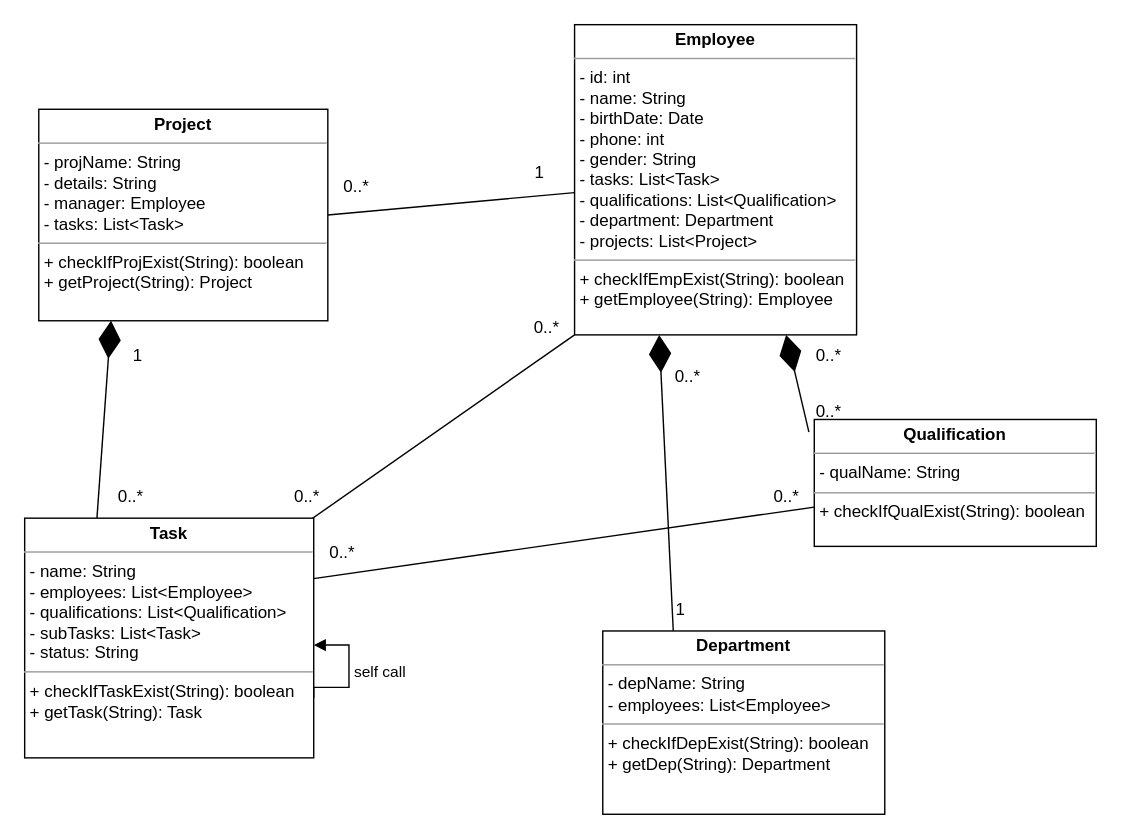
Ayah1510/EmployeeProject keeps this draw.io diagram as EmployeesProject.drawio. Above is the earlier version. Source tidied: cells renumbered, new cells numbered last; positions are measured from the earlier drawing's top-left corner, leaving out a move shared by most shapes. Both pictures are drawn from the tidied source at 141%, with x=0, y=0 at pixel (24, 24).
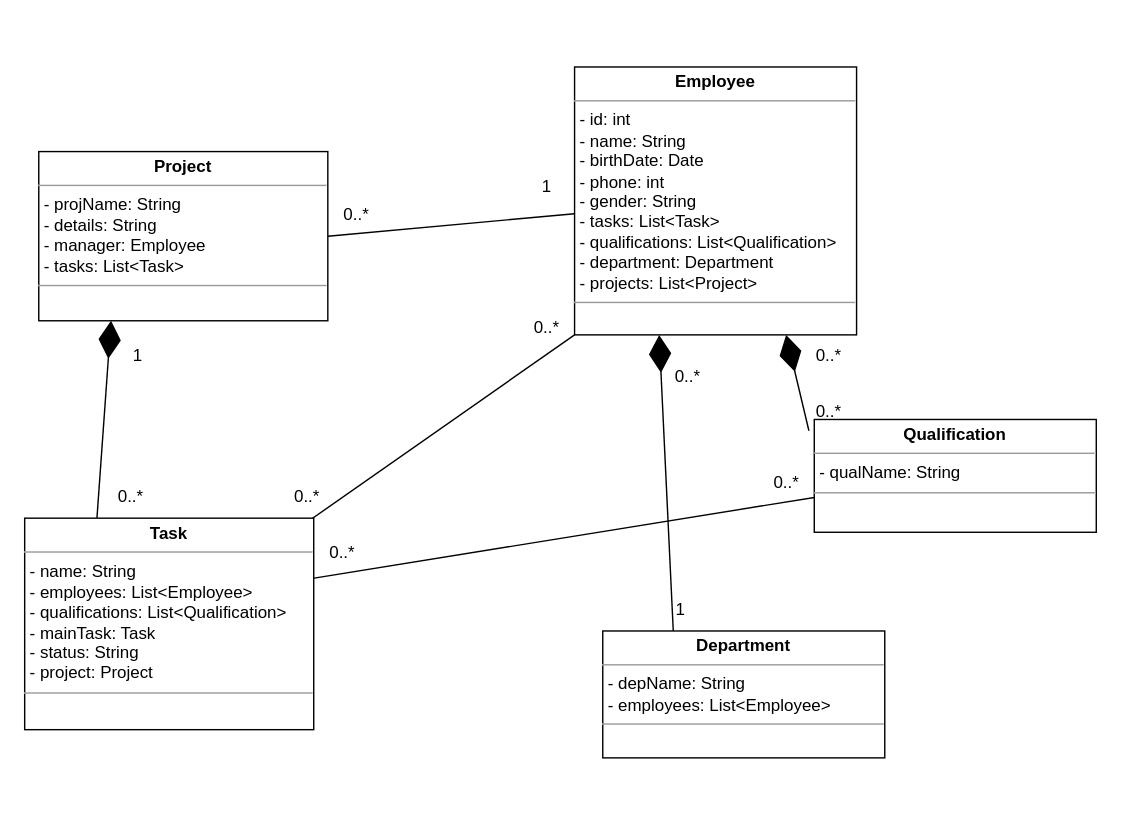
The same page after the edit.

What changed in the source:
```diff
@@
-    <mxCell id="7" value="&lt;p style=&quot;margin:0px;margin-top:4px;text-align:center;&quot;&gt;&lt;b&gt;Employee&lt;/b&gt;&lt;/p&gt;&lt;hr size=&quot;1&quot;&gt;&lt;p style=&quot;margin:0px;margin-left:4px;&quot;&gt;- id: int&lt;/p&gt;&lt;p style=&quot;margin:0px;margin-left:4px;&quot;&gt;- name: String&lt;/p&gt;&lt;p style=&quot;margin:0px;margin-left:4px;&quot;&gt;- birthDate: Date&lt;/p&gt;&lt;p style=&quot;margin:0px;margin-left:4px;&quot;&gt;- phone: int&lt;/p&gt;&lt;p style=&quot;margin:0px;margin-left:4px;&quot;&gt;- gender: String&lt;/p&gt;&lt;p style=&quot;margin:0px;margin-left:4px;&quot;&gt;- tasks: List&amp;lt;Task&amp;gt;&lt;/p&gt;&lt;p style=&quot;margin:0px;margin-left:4px;&quot;&gt;- qualifications: List&amp;lt;Qualification&amp;gt;&lt;/p&gt;&lt;p style=&quot;margin:0px;margin-left:4px;&quot;&gt;- department: Department&lt;/p&gt;&lt;p style=&quot;margin:0px;margin-left:4px;&quot;&gt;- projects: List&amp;lt;Project&amp;gt;&lt;/p&gt;&lt;hr size=&quot;1&quot;&gt;&lt;p style=&quot;margin:0px;margin-left:4px;&quot;&gt;+ checkIfEmpExist(String): boolean&lt;/p&gt;&lt;p style=&quot;margin:0px;margin-left:4px;&quot;&gt;+ getEmployee(String): Employee&lt;/p&gt;" style="verticalAlign=top;align=left;overflow=fill;fontSize=12;fontFamily=Helvetica;html=1;" parent="1" vertex="1">
-      <mxGeometry x="390" width="200" height="220" as="geometry" />
+    <mxCell id="7" value="&lt;p style=&quot;margin:0px;margin-top:4px;text-align:center;&quot;&gt;&lt;b&gt;Employee&lt;/b&gt;&lt;/p&gt;&lt;hr size=&quot;1&quot;&gt;&lt;p style=&quot;margin:0px;margin-left:4px;&quot;&gt;- id: int&lt;/p&gt;&lt;p style=&quot;margin:0px;margin-left:4px;&quot;&gt;- name: String&lt;/p&gt;&lt;p style=&quot;margin:0px;margin-left:4px;&quot;&gt;- birthDate: Date&lt;/p&gt;&lt;p style=&quot;margin:0px;margin-left:4px;&quot;&gt;- phone: int&lt;/p&gt;&lt;p style=&quot;margin:0px;margin-left:4px;&quot;&gt;- gender: String&lt;/p&gt;&lt;p style=&quot;margin:0px;margin-left:4px;&quot;&gt;- tasks: List&amp;lt;Task&amp;gt;&lt;/p&gt;&lt;p style=&quot;margin:0px;margin-left:4px;&quot;&gt;- qualifications: List&amp;lt;Qualification&amp;gt;&lt;/p&gt;&lt;p style=&quot;margin:0px;margin-left:4px;&quot;&gt;- department: Department&lt;/p&gt;&lt;p style=&quot;margin:0px;margin-left:4px;&quot;&gt;- projects: List&amp;lt;Project&amp;gt;&lt;/p&gt;&lt;hr size=&quot;1&quot;&gt;&lt;p style=&quot;margin:0px;margin-left:4px;&quot;&gt;&lt;br&gt;&lt;/p&gt;" style="verticalAlign=top;align=left;overflow=fill;fontSize=12;fontFamily=Helvetica;html=1;" parent="1" vertex="1">
+      <mxGeometry x="390" y="30" width="200" height="190" as="geometry" />
     </mxCell>
-    <mxCell id="8" value="&lt;p style=&quot;margin:0px;margin-top:4px;text-align:center;&quot;&gt;&lt;b&gt;Project&lt;/b&gt;&lt;/p&gt;&lt;hr size=&quot;1&quot;&gt;&lt;p style=&quot;margin:0px;margin-left:4px;&quot;&gt;&lt;span style=&quot;background-color: initial;&quot;&gt;- projName: String&lt;/span&gt;&lt;br&gt;&lt;/p&gt;&lt;p style=&quot;margin:0px;margin-left:4px;&quot;&gt;- details: String&lt;/p&gt;&lt;p style=&quot;margin:0px;margin-left:4px;&quot;&gt;- manager: Employee&lt;/p&gt;&lt;p style=&quot;margin:0px;margin-left:4px;&quot;&gt;- tasks: List&amp;lt;Task&amp;gt;&lt;/p&gt;&lt;hr size=&quot;1&quot;&gt;&lt;p style=&quot;margin:0px;margin-left:4px;&quot;&gt;+ checkIfProjExist(String): boolean&lt;/p&gt;&lt;p style=&quot;margin:0px;margin-left:4px;&quot;&gt;+ getProject(String):&amp;nbsp;Project&lt;/p&gt;" style="verticalAlign=top;align=left;overflow=fill;fontSize=12;fontFamily=Helvetica;html=1;" parent="1" vertex="1">
-      <mxGeometry x="10" y="60" width="205" height="150" as="geometry" />
+    <mxCell id="8" value="&lt;p style=&quot;margin:0px;margin-top:4px;text-align:center;&quot;&gt;&lt;b&gt;Project&lt;/b&gt;&lt;/p&gt;&lt;hr size=&quot;1&quot;&gt;&lt;p style=&quot;margin:0px;margin-left:4px;&quot;&gt;&lt;span style=&quot;background-color: initial;&quot;&gt;- projName: String&lt;/span&gt;&lt;br&gt;&lt;/p&gt;&lt;p style=&quot;margin:0px;margin-left:4px;&quot;&gt;- details: String&lt;/p&gt;&lt;p style=&quot;margin:0px;margin-left:4px;&quot;&gt;- manager: Employee&lt;/p&gt;&lt;p style=&quot;margin:0px;margin-left:4px;&quot;&gt;- tasks: List&amp;lt;Task&amp;gt;&lt;/p&gt;&lt;hr size=&quot;1&quot;&gt;&lt;p style=&quot;margin:0px;margin-left:4px;&quot;&gt;&lt;br&gt;&lt;/p&gt;" style="verticalAlign=top;align=left;overflow=fill;fontSize=12;fontFamily=Helvetica;html=1;" parent="1" vertex="1">
+      <mxGeometry x="10" y="90" width="205" height="120" as="geometry" />
     </mxCell>
-    <mxCell id="9" value="&lt;p style=&quot;margin:0px;margin-top:4px;text-align:center;&quot;&gt;&lt;b&gt;Task&lt;/b&gt;&lt;/p&gt;&lt;hr size=&quot;1&quot;&gt;&lt;p style=&quot;margin:0px;margin-left:4px;&quot;&gt;- name: String&lt;/p&gt;&lt;p style=&quot;margin:0px;margin-left:4px;&quot;&gt;- employees:&amp;nbsp;List&amp;lt;Employee&amp;gt;&lt;/p&gt;&lt;p style=&quot;margin:0px;margin-left:4px;&quot;&gt;- qualifications:&amp;nbsp;List&amp;lt;Qualification&amp;gt;&lt;/p&gt;&lt;p style=&quot;margin:0px;margin-left:4px;&quot;&gt;- subTasks:&amp;nbsp;List&amp;lt;Task&amp;gt;&lt;/p&gt;&lt;p style=&quot;margin:0px;margin-left:4px;&quot;&gt;- status: String&lt;/p&gt;&lt;hr size=&quot;1&quot;&gt;&lt;p style=&quot;margin:0px;margin-left:4px;&quot;&gt;+ checkIfTaskExist(String): boolean&lt;/p&gt;&lt;p style=&quot;margin:0px;margin-left:4px;&quot;&gt;+ getTask(String): Task&lt;/p&gt;" style="verticalAlign=top;align=left;overflow=fill;fontSize=12;fontFamily=Helvetica;html=1;" parent="1" vertex="1">
-      <mxGeometry y="350" width="205" height="170" as="geometry" />
+    <mxCell id="9" value="&lt;p style=&quot;margin:0px;margin-top:4px;text-align:center;&quot;&gt;&lt;b&gt;Task&lt;/b&gt;&lt;/p&gt;&lt;hr size=&quot;1&quot;&gt;&lt;p style=&quot;margin:0px;margin-left:4px;&quot;&gt;- name: String&lt;/p&gt;&lt;p style=&quot;margin:0px;margin-left:4px;&quot;&gt;- employees:&amp;nbsp;List&amp;lt;Employee&amp;gt;&lt;/p&gt;&lt;p style=&quot;margin:0px;margin-left:4px;&quot;&gt;- qualifications:&amp;nbsp;List&amp;lt;Qualification&amp;gt;&lt;/p&gt;&lt;p style=&quot;margin:0px;margin-left:4px;&quot;&gt;- mainTask: Task&lt;/p&gt;&lt;p style=&quot;margin:0px;margin-left:4px;&quot;&gt;- status: String&lt;/p&gt;&lt;p style=&quot;margin:0px;margin-left:4px;&quot;&gt;- project: Project&lt;/p&gt;&lt;hr size=&quot;1&quot;&gt;&lt;p style=&quot;margin:0px;margin-left:4px;&quot;&gt;&lt;br&gt;&lt;/p&gt;" style="verticalAlign=top;align=left;overflow=fill;fontSize=12;fontFamily=Helvetica;html=1;" parent="1" vertex="1">
+      <mxGeometry y="350" width="205" height="150" as="geometry" />
     </mxCell>
-    <mxCell id="10" value="self call" style="edgeStyle=orthogonalEdgeStyle;html=1;align=left;spacingLeft=2;endArrow=block;rounded=0;exitX=1;exitY=0.75;exitDx=0;exitDy=0;" parent="1" edge="1" source="9" target="9">
-      <mxGeometry relative="1" as="geometry">
-        <Array as="points">
-          <mxPoint x="205" y="470" />
-          <mxPoint x="230" y="470" />
-          <mxPoint x="230" y="440" />
-        </Array>
-      </mxGeometry>
-    </mxCell>
-    <mxCell id="11" value="&lt;p style=&quot;margin:0px;margin-top:4px;text-align:center;&quot;&gt;&lt;b&gt;Department&lt;/b&gt;&lt;/p&gt;&lt;hr size=&quot;1&quot;&gt;&lt;p style=&quot;margin:0px;margin-left:4px;&quot;&gt;- depName: String&lt;/p&gt;&lt;p style=&quot;margin:0px;margin-left:4px;&quot;&gt;&lt;span style=&quot;background-color: initial;&quot;&gt;- employees:&amp;nbsp;List&amp;lt;Employee&amp;gt;&lt;/span&gt;&lt;br&gt;&lt;/p&gt;&lt;hr size=&quot;1&quot;&gt;&lt;p style=&quot;margin:0px;margin-left:4px;&quot;&gt;+ checkIfDepExist(String): boolean&lt;/p&gt;&lt;p style=&quot;margin:0px;margin-left:4px;&quot;&gt;+ getDep(String): Department&lt;/p&gt;" style="verticalAlign=top;align=left;overflow=fill;fontSize=12;fontFamily=Helvetica;html=1;" parent="1" vertex="1">
-      <mxGeometry x="410" y="430" width="200" height="130" as="geometry" />
+    <mxCell id="11" value="&lt;p style=&quot;margin:0px;margin-top:4px;text-align:center;&quot;&gt;&lt;b&gt;Department&lt;/b&gt;&lt;/p&gt;&lt;hr size=&quot;1&quot;&gt;&lt;p style=&quot;margin:0px;margin-left:4px;&quot;&gt;- depName: String&lt;/p&gt;&lt;p style=&quot;margin:0px;margin-left:4px;&quot;&gt;&lt;span style=&quot;background-color: initial;&quot;&gt;- employees:&amp;nbsp;List&amp;lt;Employee&amp;gt;&lt;/span&gt;&lt;br&gt;&lt;/p&gt;&lt;hr size=&quot;1&quot;&gt;&lt;p style=&quot;margin:0px;margin-left:4px;&quot;&gt;&lt;br&gt;&lt;/p&gt;" style="verticalAlign=top;align=left;overflow=fill;fontSize=12;fontFamily=Helvetica;html=1;" parent="1" vertex="1">
+      <mxGeometry x="410" y="430" width="200" height="90" as="geometry" />
     </mxCell>
-    <mxCell id="12" value="&lt;p style=&quot;margin:0px;margin-top:4px;text-align:center;&quot;&gt;&lt;b&gt;Qualification&lt;/b&gt;&lt;/p&gt;&lt;hr size=&quot;1&quot;&gt;&lt;p style=&quot;margin:0px;margin-left:4px;&quot;&gt;- qualName: String&lt;/p&gt;&lt;hr size=&quot;1&quot;&gt;&lt;p style=&quot;margin:0px;margin-left:4px;&quot;&gt;+ checkIfQualExist(String): boolean&lt;/p&gt;&lt;p style=&quot;margin:0px;margin-left:4px;&quot;&gt;&lt;br&gt;&lt;/p&gt;" style="verticalAlign=top;align=left;overflow=fill;fontSize=12;fontFamily=Helvetica;html=1;" parent="1" vertex="1">
-      <mxGeometry x="560" y="280" width="200" height="90" as="geometry" />
+    <mxCell id="12" value="&lt;p style=&quot;margin:0px;margin-top:4px;text-align:center;&quot;&gt;&lt;b&gt;Qualification&lt;/b&gt;&lt;/p&gt;&lt;hr size=&quot;1&quot;&gt;&lt;p style=&quot;margin:0px;margin-left:4px;&quot;&gt;- qualName: String&lt;/p&gt;&lt;hr size=&quot;1&quot;&gt;&lt;p style=&quot;margin:0px;margin-left:4px;&quot;&gt;&lt;br&gt;&lt;/p&gt;" style="verticalAlign=top;align=left;overflow=fill;fontSize=12;fontFamily=Helvetica;html=1;" parent="1" vertex="1">
+      <mxGeometry x="560" y="280" width="200" height="80" as="geometry" />
     </mxCell>
@@
     <mxCell id="19" value="0..*" style="text;html=1;align=center;verticalAlign=middle;fillColor=none;strokeColor=none;rounded=0;" parent="1" vertex="1">
-      <mxGeometry x="215" y="100" width="40" height="30" as="geometry" />
+      <mxGeometry x="215" y="120" width="40" height="30" as="geometry" />
     </mxCell>
     <mxCell id="20" value="1" style="text;html=1;align=center;verticalAlign=middle;fillColor=none;strokeColor=none;rounded=0;" parent="1" vertex="1">
-      <mxGeometry x="350" y="90" width="30" height="30" as="geometry" />
+      <mxGeometry x="355" y="100" width="30" height="30" as="geometry" />
     </mxCell>
@@
     <mxCell id="23" value="0..*" style="text;html=1;align=center;verticalAlign=middle;fillColor=none;strokeColor=none;rounded=0;" parent="1" vertex="1">
-      <mxGeometry x="520" y="320" width="40" height="30" as="geometry" />
+      <mxGeometry x="520" y="310" width="40" height="30" as="geometry" />
     </mxCell>
```
